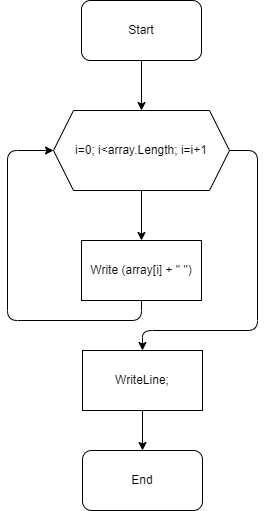
The draw.io diagram 3.ShowArray.drawio.png in wdlts/EXAMINATION_CSHARP, before a commit. Source tidied: cells renumbered, new cells last; positions are measured from the earlier drawing's top-left corner, leaving out a move shared by most shapes.
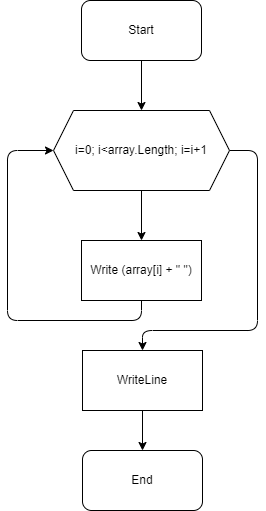
Above is the later version.

What changed in the source:
```diff
@@ -38,7 +38,7 @@
     <mxCell id="9" style="edgeStyle=orthogonalEdgeStyle;html=1;" parent="1" edge="1" source="10" target="11">
       <mxGeometry relative="1" as="geometry" />
     </mxCell>
-    <mxCell id="10" value="WriteLine;" style="whiteSpace=wrap;html=1;rounded=0;" parent="1" vertex="1">
+    <mxCell id="10" value="WriteLine" style="whiteSpace=wrap;html=1;rounded=0;" parent="1" vertex="1">
       <mxGeometry x="75" y="350" width="120" height="60" as="geometry" />
     </mxCell>
     <mxCell id="11" value="End" style="rounded=1;whiteSpace=wrap;html=1;" parent="1" vertex="1">
```
